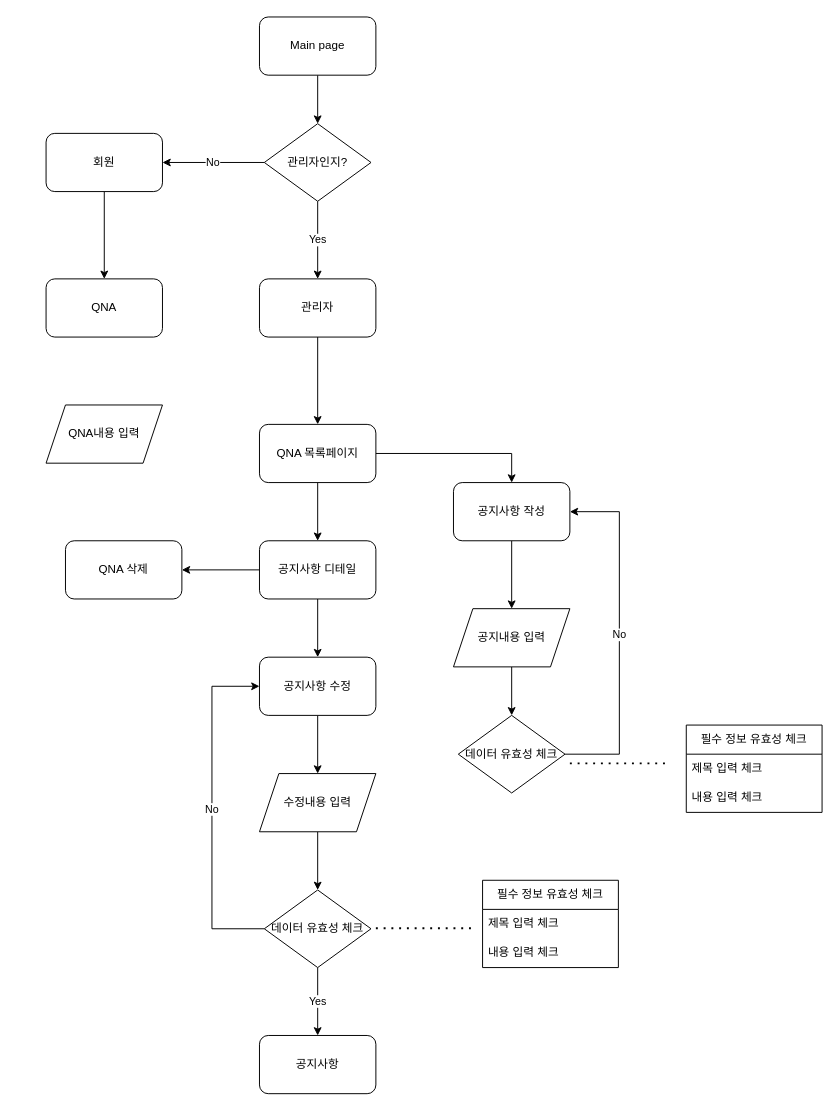
This is page "QNA" (4 of 4) of 제목 없는 다이어그램.drawio from awfawf123/workspace, a draw.io file, before an edit. Source tidied: cells renumbered, new cells numbered last; positions are measured from the earlier drawing's top-left corner, leaving out a move shared by most shapes. Both pictures are drawn from the tidied source at 97%, with x=0, y=0 at pixel (46, 16).
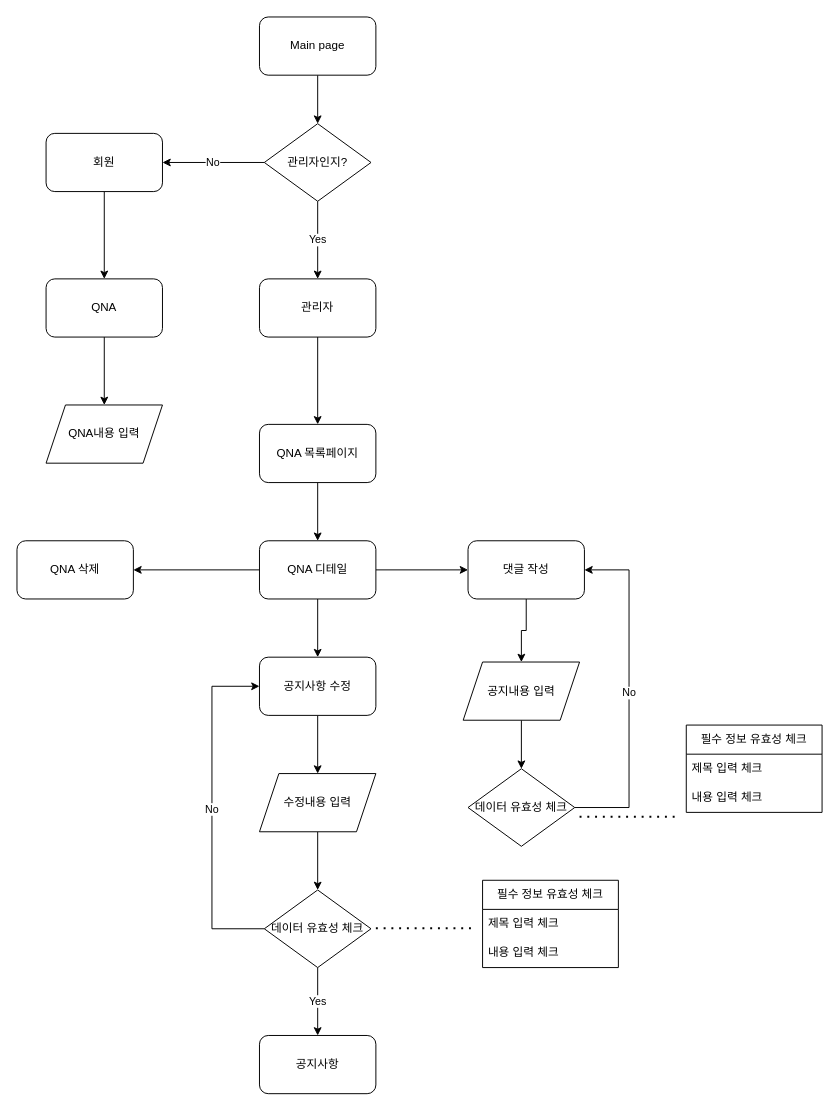
After the change.

Unchanged cells that the change refers to:
```xml
<mxCell id="11" value="QNA" style="rounded=1;whiteSpace=wrap;html=1;" parent="1" vertex="1">
  <mxGeometry y="270" width="120" height="60" as="geometry" />
</mxCell>
<mxCell id="18" value="QNA 목록페이지" style="rounded=1;whiteSpace=wrap;html=1;" parent="1" vertex="1">
  <mxGeometry x="220" y="420" width="120" height="60" as="geometry" />
</mxCell>
<mxCell id="41" value="QNA내용 입력" style="shape=parallelogram;perimeter=parallelogramPerimeter;whiteSpace=wrap;html=1;fixedSize=1;" parent="1" vertex="1">
  <mxGeometry y="400" width="120" height="60" as="geometry" />
</mxCell>
```

Change to the diagram source:
```diff
@@
+    <mxCell id="42" style="edgeStyle=orthogonalEdgeStyle;rounded=0;jettySize=auto;html=1;entryX=0.5;entryY=0;entryDx=0;entryDy=0;" parent="1" edge="1" source="11" target="41">
+      <mxGeometry relative="1" as="geometry" />
+    </mxCell>
@@
-    <mxCell id="13" value="공지사항 작성" style="rounded=1;whiteSpace=wrap;html=1;" parent="1" vertex="1">
-      <mxGeometry x="420" y="480" width="120" height="60" as="geometry" />
+    <mxCell id="13" value="댓글 작성" style="rounded=1;whiteSpace=wrap;html=1;" parent="1" vertex="1">
+      <mxGeometry x="435" y="540" width="120" height="60" as="geometry" />
     </mxCell>
@@
     <mxCell id="15" value="공지내용 입력" style="shape=parallelogram;perimeter=parallelogramPerimeter;whiteSpace=wrap;html=1;fixedSize=1;" parent="1" vertex="1">
-      <mxGeometry x="420" y="610" width="120" height="60" as="geometry" />
+      <mxGeometry x="430" y="665" width="120" height="60" as="geometry" />
     </mxCell>
-    <mxCell id="16" style="edgeStyle=orthogonalEdgeStyle;rounded=0;jettySize=auto;html=1;entryX=0.5;entryY=0;entryDx=0;entryDy=0;" parent="1" edge="1" source="18" target="13">
-      <mxGeometry relative="1" as="geometry" />
-    </mxCell>
@@
+    <mxCell id="43" style="edgeStyle=orthogonalEdgeStyle;rounded=0;jettySize=auto;html=1;entryX=0;entryY=0.5;entryDx=0;entryDy=0;" parent="1" edge="1" source="21" target="13">
+      <mxGeometry relative="1" as="geometry" />
+    </mxCell>
-    <mxCell id="21" value="공지사항 디테일" style="rounded=1;whiteSpace=wrap;html=1;" parent="1" vertex="1">
+    <mxCell id="21" value="QNA 디테일" style="rounded=1;whiteSpace=wrap;html=1;" parent="1" vertex="1">
       <mxGeometry x="220" y="540" width="120" height="60" as="geometry" />
     </mxCell>
@@
     <mxCell id="24" value="No" style="edgeStyle=orthogonalEdgeStyle;rounded=0;jettySize=auto;html=1;entryX=1;entryY=0.5;entryDx=0;entryDy=0;" parent="1" edge="1" source="25" target="13">
       <mxGeometry relative="1" as="geometry">
         <Array as="points">
-          <mxPoint x="591" y="760" />
-          <mxPoint x="591" y="510" />
+          <mxPoint x="601" y="815" />
+          <mxPoint x="601" y="570" />
         </Array>
       </mxGeometry>
     </mxCell>
     <mxCell id="25" value="데이터 유효성 체크" style="rhombus;whiteSpace=wrap;html=1;" parent="1" vertex="1">
-      <mxGeometry x="425" y="720" width="110" height="80" as="geometry" />
+      <mxGeometry x="435" y="775" width="110" height="80" as="geometry" />
     </mxCell>
@@
     <mxCell id="29" style="endArrow=none;dashed=1;html=1;dashPattern=1 3;strokeWidth=2;rounded=0;" parent="1" edge="1">
       <mxGeometry relative="1" as="geometry">
-        <mxPoint x="540" y="769.5" as="sourcePoint" />
-        <mxPoint x="640" y="769.5" as="targetPoint" />
+        <mxPoint x="550" y="824.5" as="sourcePoint" />
+        <mxPoint x="650" y="824.5" as="targetPoint" />
       </mxGeometry>
     </mxCell>
@@
     <mxCell id="32" value="QNA 삭제" style="rounded=1;whiteSpace=wrap;html=1;" parent="1" vertex="1">
-      <mxGeometry x="20" y="540" width="120" height="60" as="geometry" />
+      <mxGeometry x="-30" y="540" width="120" height="60" as="geometry" />
     </mxCell>
```
